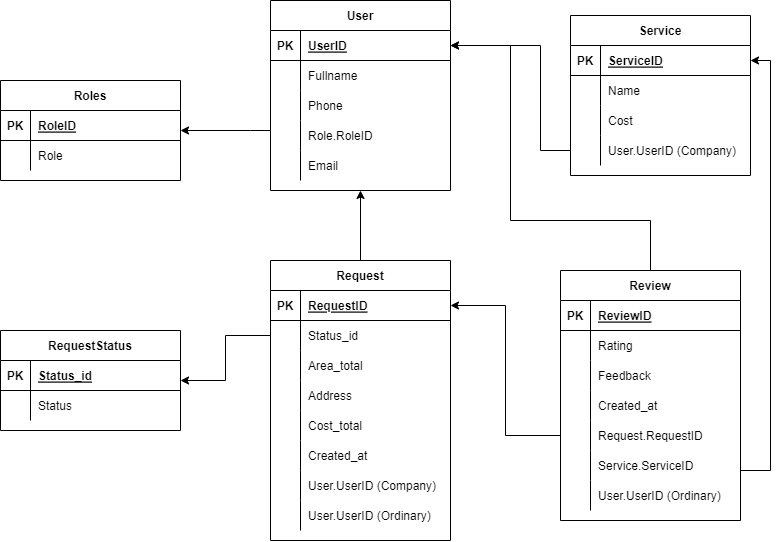
eracoding/exadel-python keeps this draw.io diagram as django/cleaning_service.png. Above is the earlier version. Source tidied: cells renumbered, new cells last; positions are measured from the earlier drawing's top-left corner, leaving out a move shared by most shapes.
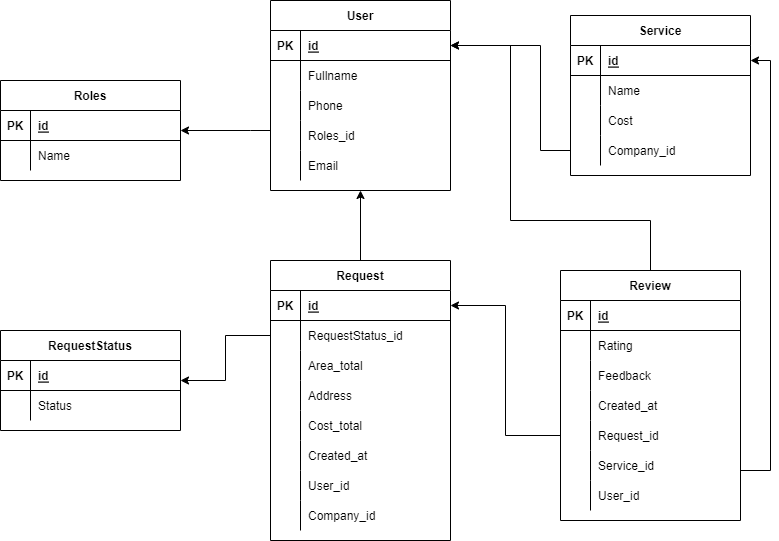
The same diagram one commit later.

Commit message:
HW3: Modifying the diagram

Diff of the diagram source:
```diff
@@ -19,7 +19,7 @@
     <mxCell id="5" value="PK" style="shape=partialRectangle;fillColor=none;top=0;left=0;bottom=0;right=0;fontStyle=1;overflow=hidden;" parent="4" vertex="1">
       <mxGeometry width="30" height="30" as="geometry" />
     </mxCell>
-    <mxCell id="6" value="UserID" style="shape=partialRectangle;fillColor=none;top=0;left=0;bottom=0;right=0;align=left;spacingLeft=6;fontStyle=5;overflow=hidden;" parent="4" vertex="1">
+    <mxCell id="6" value="id" style="shape=partialRectangle;fillColor=none;top=0;left=0;bottom=0;right=0;align=left;spacingLeft=6;fontStyle=5;overflow=hidden;" parent="4" vertex="1">
       <mxGeometry x="30" width="150" height="30" as="geometry" />
     </mxCell>
     <mxCell id="7" style="shape=tableRow;horizontal=0;startSize=0;swimlaneHead=0;swimlaneBody=0;fillColor=none;top=0;left=0;right=0;bottom=0;" parent="3" vertex="1">
@@ -46,7 +46,7 @@
     <mxCell id="14" style="shape=partialRectangle;fillColor=none;top=0;left=0;bottom=0;right=0;overflow=hidden;" parent="13" vertex="1">
       <mxGeometry width="30" height="30" as="geometry" />
     </mxCell>
-    <mxCell id="15" value="Role.RoleID" style="shape=partialRectangle;fillColor=none;top=0;left=0;bottom=0;right=0;align=left;spacingLeft=6;overflow=hidden;" parent="13" vertex="1">
+    <mxCell id="15" value="Roles_id" style="shape=partialRectangle;fillColor=none;top=0;left=0;bottom=0;right=0;align=left;spacingLeft=6;overflow=hidden;" parent="13" vertex="1">
       <mxGeometry x="30" width="150" height="30" as="geometry" />
     </mxCell>
     <mxCell id="16" style="shape=tableRow;horizontal=0;startSize=0;swimlaneHead=0;swimlaneBody=0;fillColor=none;top=0;left=0;right=0;bottom=0;" parent="3" vertex="1">
@@ -67,7 +67,7 @@
     <mxCell id="21" value="PK" style="shape=partialRectangle;fillColor=none;top=0;left=0;bottom=0;right=0;fontStyle=1;overflow=hidden;" parent="20" vertex="1">
       <mxGeometry width="30" height="30" as="geometry" />
     </mxCell>
-    <mxCell id="22" value="RoleID" style="shape=partialRectangle;fillColor=none;top=0;left=0;bottom=0;right=0;align=left;spacingLeft=6;fontStyle=5;overflow=hidden;" parent="20" vertex="1">
+    <mxCell id="22" value="id" style="shape=partialRectangle;fillColor=none;top=0;left=0;bottom=0;right=0;align=left;spacingLeft=6;fontStyle=5;overflow=hidden;" parent="20" vertex="1">
       <mxGeometry x="30" width="150" height="30" as="geometry" />
     </mxCell>
     <mxCell id="23" style="shape=tableRow;horizontal=0;startSize=0;swimlaneHead=0;swimlaneBody=0;fillColor=none;top=0;left=0;right=0;bottom=0;" parent="19" vertex="1">
@@ -76,7 +76,7 @@
     <mxCell id="24" style="shape=partialRectangle;fillColor=none;top=0;left=0;bottom=0;right=0;overflow=hidden;" parent="23" vertex="1">
       <mxGeometry width="30" height="30" as="geometry" />
     </mxCell>
-    <mxCell id="25" value="Role" style="shape=partialRectangle;fillColor=none;top=0;left=0;bottom=0;right=0;align=left;spacingLeft=6;overflow=hidden;" parent="23" vertex="1">
+    <mxCell id="25" value="Name" style="shape=partialRectangle;fillColor=none;top=0;left=0;bottom=0;right=0;align=left;spacingLeft=6;overflow=hidden;" parent="23" vertex="1">
       <mxGeometry x="30" width="150" height="30" as="geometry" />
     </mxCell>
     <mxCell id="26" style="edgeStyle=orthogonalEdgeStyle;rounded=0;jettySize=auto;html=1;" parent="1" edge="1" source="27" target="3">
@@ -91,7 +91,7 @@
     <mxCell id="29" value="PK" style="shape=partialRectangle;fillColor=none;top=0;left=0;bottom=0;right=0;fontStyle=1;overflow=hidden;" parent="28" vertex="1">
       <mxGeometry width="30" height="30" as="geometry" />
     </mxCell>
-    <mxCell id="30" value="RequestID" style="shape=partialRectangle;fillColor=none;top=0;left=0;bottom=0;right=0;align=left;spacingLeft=6;fontStyle=5;overflow=hidden;" parent="28" vertex="1">
+    <mxCell id="30" value="id" style="shape=partialRectangle;fillColor=none;top=0;left=0;bottom=0;right=0;align=left;spacingLeft=6;fontStyle=5;overflow=hidden;" parent="28" vertex="1">
       <mxGeometry x="30" width="150" height="30" as="geometry" />
     </mxCell>
     <mxCell id="31" style="shape=tableRow;horizontal=0;startSize=0;swimlaneHead=0;swimlaneBody=0;fillColor=none;points=[[0,0.5],[1,0.5]];portConstraint=eastwest;top=0;left=0;right=0;bottom=0;" parent="27" vertex="1">
@@ -100,7 +100,7 @@
     <mxCell id="32" style="shape=partialRectangle;fillColor=none;top=0;left=0;bottom=0;right=0;overflow=hidden;" parent="31" vertex="1">
       <mxGeometry width="30" height="30" as="geometry" />
     </mxCell>
-    <mxCell id="33" value="Status_id" style="shape=partialRectangle;fillColor=none;top=0;left=0;bottom=0;right=0;align=left;spacingLeft=6;overflow=hidden;" parent="31" vertex="1">
+    <mxCell id="33" value="RequestStatus_id" style="shape=partialRectangle;fillColor=none;top=0;left=0;bottom=0;right=0;align=left;spacingLeft=6;overflow=hidden;" parent="31" vertex="1">
       <mxGeometry x="30" width="150" height="30" as="geometry" />
     </mxCell>
     <mxCell id="34" style="shape=tableRow;horizontal=0;startSize=0;swimlaneHead=0;swimlaneBody=0;fillColor=none;top=0;left=0;right=0;bottom=0;" parent="27" vertex="1">
@@ -145,7 +145,7 @@
     <mxCell id="47" style="shape=partialRectangle;fillColor=none;top=0;left=0;bottom=0;right=0;overflow=hidden;" parent="46" vertex="1">
       <mxGeometry width="30" height="30" as="geometry" />
     </mxCell>
-    <mxCell id="48" value="User.UserID (Company)" style="shape=partialRectangle;fillColor=none;top=0;left=0;bottom=0;right=0;align=left;spacingLeft=6;overflow=hidden;" parent="46" vertex="1">
+    <mxCell id="48" value="User_id" style="shape=partialRectangle;fillColor=none;top=0;left=0;bottom=0;right=0;align=left;spacingLeft=6;overflow=hidden;" parent="46" vertex="1">
       <mxGeometry x="30" width="150" height="30" as="geometry" />
     </mxCell>
     <mxCell id="49" style="shape=tableRow;horizontal=0;startSize=0;swimlaneHead=0;swimlaneBody=0;fillColor=none;top=0;left=0;right=0;bottom=0;" parent="27" vertex="1">
@@ -154,7 +154,7 @@
     <mxCell id="50" style="shape=partialRectangle;fillColor=none;top=0;left=0;bottom=0;right=0;overflow=hidden;" parent="49" vertex="1">
       <mxGeometry width="30" height="30" as="geometry" />
     </mxCell>
-    <mxCell id="51" value="User.UserID (Ordinary)" style="shape=partialRectangle;fillColor=none;top=0;left=0;bottom=0;right=0;align=left;spacingLeft=6;overflow=hidden;" parent="49" vertex="1">
+    <mxCell id="51" value="Company_id" style="shape=partialRectangle;fillColor=none;top=0;left=0;bottom=0;right=0;align=left;spacingLeft=6;overflow=hidden;" parent="49" vertex="1">
       <mxGeometry x="30" width="150" height="30" as="geometry" />
     </mxCell>
     <mxCell id="52" value="RequestStatus" style="shape=table;startSize=30;rowLines=0;fontStyle=1;align=center;" parent="1" vertex="1">
@@ -166,7 +166,7 @@
     <mxCell id="54" value="PK" style="shape=partialRectangle;fillColor=none;top=0;left=0;bottom=0;right=0;fontStyle=1;overflow=hidden;" parent="53" vertex="1">
       <mxGeometry width="30" height="30" as="geometry" />
     </mxCell>
-    <mxCell id="55" value="Status_id" style="shape=partialRectangle;fillColor=none;top=0;left=0;bottom=0;right=0;align=left;spacingLeft=6;fontStyle=5;overflow=hidden;" parent="53" vertex="1">
+    <mxCell id="55" value="id" style="shape=partialRectangle;fillColor=none;top=0;left=0;bottom=0;right=0;align=left;spacingLeft=6;fontStyle=5;overflow=hidden;" parent="53" vertex="1">
       <mxGeometry x="30" width="150" height="30" as="geometry" />
     </mxCell>
     <mxCell id="56" style="shape=tableRow;horizontal=0;startSize=0;swimlaneHead=0;swimlaneBody=0;fillColor=none;top=0;left=0;right=0;bottom=0;" parent="52" vertex="1">
@@ -204,7 +204,7 @@
     <mxCell id="63" value="PK" style="shape=partialRectangle;fillColor=none;top=0;left=0;bottom=0;right=0;fontStyle=1;overflow=hidden;" parent="62" vertex="1">
       <mxGeometry width="30" height="30" as="geometry" />
     </mxCell>
-    <mxCell id="64" value="ReviewID" style="shape=partialRectangle;fillColor=none;top=0;left=0;bottom=0;right=0;align=left;spacingLeft=6;fontStyle=5;overflow=hidden;" parent="62" vertex="1">
+    <mxCell id="64" value="id" style="shape=partialRectangle;fillColor=none;top=0;left=0;bottom=0;right=0;align=left;spacingLeft=6;fontStyle=5;overflow=hidden;" parent="62" vertex="1">
       <mxGeometry x="30" width="150" height="30" as="geometry" />
     </mxCell>
     <mxCell id="65" style="shape=tableRow;horizontal=0;startSize=0;swimlaneHead=0;swimlaneBody=0;fillColor=none;top=0;left=0;right=0;bottom=0;" parent="61" vertex="1">
@@ -240,7 +240,7 @@
     <mxCell id="75" style="shape=partialRectangle;fillColor=none;top=0;left=0;bottom=0;right=0;overflow=hidden;" parent="74" vertex="1">
       <mxGeometry width="30" height="30" as="geometry" />
     </mxCell>
-    <mxCell id="76" value="Request.RequestID" style="shape=partialRectangle;fillColor=none;top=0;left=0;bottom=0;right=0;align=left;spacingLeft=6;overflow=hidden;" parent="74" vertex="1">
+    <mxCell id="76" value="Request_id" style="shape=partialRectangle;fillColor=none;top=0;left=0;bottom=0;right=0;align=left;spacingLeft=6;overflow=hidden;" parent="74" vertex="1">
       <mxGeometry x="30" width="150" height="30" as="geometry" />
     </mxCell>
     <mxCell id="77" style="shape=tableRow;horizontal=0;startSize=0;swimlaneHead=0;swimlaneBody=0;fillColor=none;top=0;left=0;right=0;bottom=0;" parent="61" vertex="1">
@@ -249,7 +249,7 @@
     <mxCell id="78" style="shape=partialRectangle;fillColor=none;top=0;left=0;bottom=0;right=0;overflow=hidden;" parent="77" vertex="1">
       <mxGeometry width="30" height="30" as="geometry" />
     </mxCell>
-    <mxCell id="79" value="Service.ServiceID" style="shape=partialRectangle;fillColor=none;top=0;left=0;bottom=0;right=0;align=left;spacingLeft=6;overflow=hidden;" parent="77" vertex="1">
+    <mxCell id="79" value="Service_id" style="shape=partialRectangle;fillColor=none;top=0;left=0;bottom=0;right=0;align=left;spacingLeft=6;overflow=hidden;" parent="77" vertex="1">
       <mxGeometry x="30" width="150" height="30" as="geometry" />
     </mxCell>
     <mxCell id="80" style="shape=tableRow;horizontal=0;startSize=0;swimlaneHead=0;swimlaneBody=0;fillColor=none;top=0;left=0;right=0;bottom=0;" parent="61" vertex="1">
@@ -258,7 +258,7 @@
     <mxCell id="81" style="shape=partialRectangle;fillColor=none;top=0;left=0;bottom=0;right=0;overflow=hidden;" parent="80" vertex="1">
       <mxGeometry width="30" height="30" as="geometry" />
     </mxCell>
-    <mxCell id="82" value="User.UserID (Ordinary)" style="shape=partialRectangle;fillColor=none;top=0;left=0;bottom=0;right=0;align=left;spacingLeft=6;overflow=hidden;" parent="80" vertex="1">
+    <mxCell id="82" value="User_id" style="shape=partialRectangle;fillColor=none;top=0;left=0;bottom=0;right=0;align=left;spacingLeft=6;overflow=hidden;" parent="80" vertex="1">
       <mxGeometry x="30" width="150" height="30" as="geometry" />
     </mxCell>
     <mxCell id="83" value="Service" style="shape=table;startSize=30;rowLines=0;fontStyle=1;align=center;" parent="1" vertex="1">
@@ -270,7 +270,7 @@
     <mxCell id="85" value="PK" style="shape=partialRectangle;fillColor=none;top=0;left=0;bottom=0;right=0;fontStyle=1;overflow=hidden;" parent="84" vertex="1">
       <mxGeometry width="30" height="30" as="geometry" />
     </mxCell>
-    <mxCell id="86" value="ServiceID" style="shape=partialRectangle;fillColor=none;top=0;left=0;bottom=0;right=0;align=left;spacingLeft=6;fontStyle=5;overflow=hidden;" parent="84" vertex="1">
+    <mxCell id="86" value="id" style="shape=partialRectangle;fillColor=none;top=0;left=0;bottom=0;right=0;align=left;spacingLeft=6;fontStyle=5;overflow=hidden;" parent="84" vertex="1">
       <mxGeometry x="30" width="150" height="30" as="geometry" />
     </mxCell>
     <mxCell id="87" style="shape=tableRow;horizontal=0;startSize=0;swimlaneHead=0;swimlaneBody=0;fillColor=none;top=0;left=0;right=0;bottom=0;" parent="83" vertex="1">
@@ -297,7 +297,7 @@
     <mxCell id="94" style="shape=partialRectangle;fillColor=none;top=0;left=0;bottom=0;right=0;overflow=hidden;" parent="93" vertex="1">
       <mxGeometry width="30" height="30" as="geometry" />
     </mxCell>
-    <mxCell id="95" value="User.UserID (Company)" style="shape=partialRectangle;fillColor=none;top=0;left=0;bottom=0;right=0;align=left;spacingLeft=6;overflow=hidden;" parent="93" vertex="1">
+    <mxCell id="95" value="Company_id" style="shape=partialRectangle;fillColor=none;top=0;left=0;bottom=0;right=0;align=left;spacingLeft=6;overflow=hidden;" parent="93" vertex="1">
       <mxGeometry x="30" width="150" height="30" as="geometry" />
     </mxCell>
     <mxCell id="96" style="edgeStyle=orthogonalEdgeStyle;rounded=0;jettySize=auto;html=1;" parent="1" edge="1" source="31" target="52">
```
